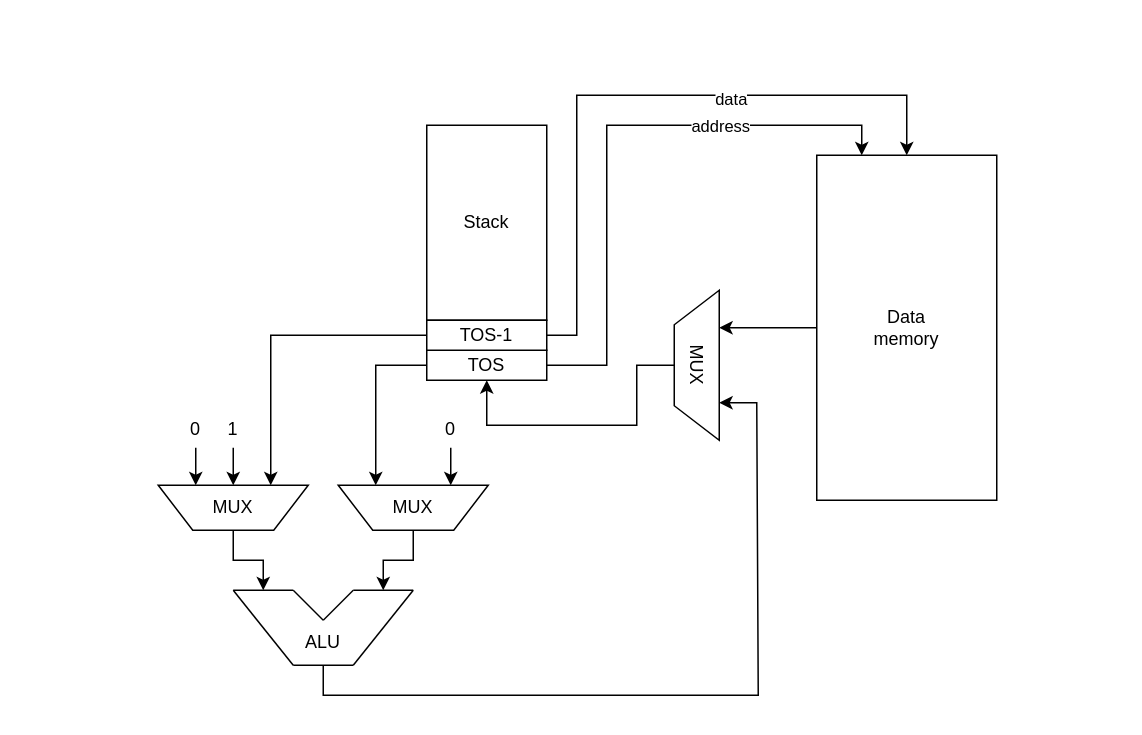
Above: schemes/data-path.drawio in DiedCloud/csa-lab-3 (draw.io), before the change. Source tidied: cells renumbered, new cells numbered last; positions are measured from the earlier drawing's top-left corner, leaving out a move shared by most shapes. Both pictures are drawn from the tidied source at 150%, with x=0, y=0 at pixel (158, 94).
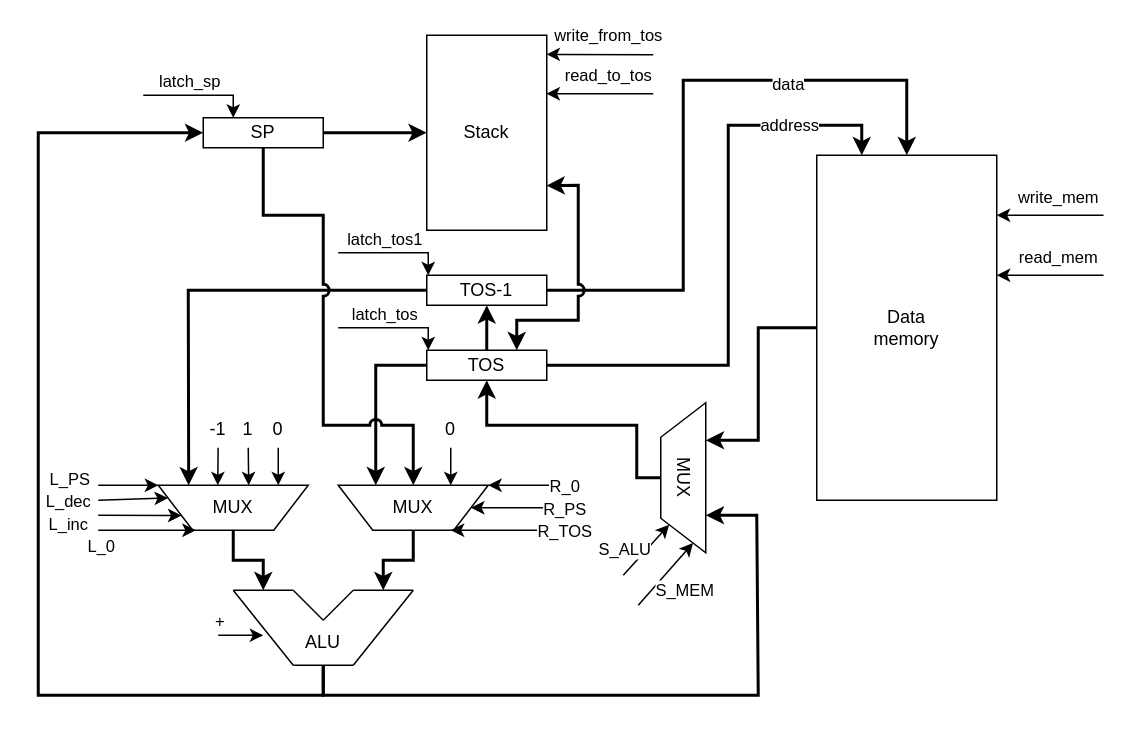
After the change.

Commit message (it also covers changes not shown here):
more specific and detailed data-path and iso

The change refers to these unchanged cells:
```xml
<mxCell id="10" value="ALU" style="text;html=1;align=center;verticalAlign=middle;whiteSpace=wrap;rounded=0;" parent="1" vertex="1">
  <mxGeometry x="80" y="350" width="60" height="30" as="geometry" />
</mxCell>
<mxCell id="12" value="TOS" style="rounded=0;whiteSpace=wrap;html=1;" parent="1" vertex="1">
  <mxGeometry x="179" y="170" width="80" height="20" as="geometry" />
</mxCell>
<mxCell id="19" value="Data&lt;div&gt;memory&lt;/div&gt;" style="rounded=0;whiteSpace=wrap;html=1;" parent="1" vertex="1">
  <mxGeometry x="439" y="40" width="120" height="230" as="geometry" />
</mxCell>
<mxCell id="24" value="MUX" style="verticalLabelPosition=middle;verticalAlign=middle;html=1;shape=trapezoid;perimeter=trapezoidPerimeter;whiteSpace=wrap;size=0.23;arcSize=10;flipV=1;labelPosition=center;align=center;rotation=0;" parent="1" vertex="1">
  <mxGeometry y="260" width="100" height="30" as="geometry" />
</mxCell>
<mxCell id="30" value="MUX" style="verticalLabelPosition=middle;verticalAlign=middle;html=1;shape=trapezoid;perimeter=trapezoidPerimeter;whiteSpace=wrap;size=0.23;arcSize=10;flipV=1;labelPosition=center;align=center;rotation=0;" parent="1" vertex="1">
  <mxGeometry x="120" y="260" width="100" height="30" as="geometry" />
</mxCell>
```

Diff of the diagram source:
```diff
@@
     <mxCell id="2" value="MUX" style="verticalLabelPosition=middle;verticalAlign=middle;html=1;shape=trapezoid;perimeter=trapezoidPerimeter;whiteSpace=wrap;size=0.23;arcSize=10;flipV=1;labelPosition=center;align=center;rotation=90;" parent="1" vertex="1">
-      <mxGeometry x="309" y="165" width="100" height="30" as="geometry" />
+      <mxGeometry x="300" y="240" width="100" height="30" as="geometry" />
     </mxCell>
-    <mxCell id="3" style="endArrow=none;html=1;rounded=0;" parent="1" edge="1">
+    <mxCell id="3" style="endArrow=none;html=1;rounded=0;strokeWidth=1;" parent="1" edge="1">
       <mxGeometry relative="1" as="geometry">
         <mxPoint x="50" y="330" as="sourcePoint" />
         <mxPoint x="90" y="330" as="targetPoint" />
       </mxGeometry>
     </mxCell>
-    <mxCell id="4" style="endArrow=none;html=1;rounded=0;" parent="1" edge="1">
+    <mxCell id="4" style="endArrow=none;html=1;rounded=0;strokeWidth=1;" parent="1" edge="1">
       <mxGeometry relative="1" as="geometry">
         <mxPoint x="130" y="330" as="sourcePoint" />
         <mxPoint x="170" y="330" as="targetPoint" />
       </mxGeometry>
     </mxCell>
@@
     <mxCell id="11" value="Stack" style="rounded=0;whiteSpace=wrap;html=1;" parent="1" vertex="1">
-      <mxGeometry x="179" y="20" width="80" height="130" as="geometry" />
+      <mxGeometry x="179" y="-40" width="80" height="130" as="geometry" />
     </mxCell>
@@
     <mxCell id="13" value="TOS-1" style="rounded=0;whiteSpace=wrap;html=1;" parent="1" vertex="1">
-      <mxGeometry x="179" y="150" width="80" height="20" as="geometry" />
+      <mxGeometry x="179" y="120" width="80" height="20" as="geometry" />
     </mxCell>
-    <mxCell id="14" style="endArrow=classic;html=1;rounded=0;exitX=0;exitY=0.5;exitDx=0;exitDy=0;entryX=0.25;entryY=0;entryDx=0;entryDy=0;" parent="1" edge="1" source="12" target="30">
+    <mxCell id="14" style="endArrow=classic;html=1;rounded=0;exitX=0;exitY=0.5;exitDx=0;exitDy=0;entryX=0.25;entryY=0;entryDx=0;entryDy=0;strokeWidth=2;" parent="1" edge="1" source="12" target="30">
       <mxGeometry relative="1" as="geometry">
         <Array as="points">
           <mxPoint x="145" y="180" />
         </Array>
       </mxGeometry>
     </mxCell>
-    <mxCell id="15" style="endArrow=classic;html=1;rounded=0;exitX=0.5;exitY=1;exitDx=0;exitDy=0;" parent="1" edge="1" source="24">
+    <mxCell id="15" style="endArrow=classic;html=1;rounded=0;exitX=0.5;exitY=1;exitDx=0;exitDy=0;strokeWidth=2;" parent="1" edge="1" source="24">
       <mxGeometry relative="1" as="geometry">
         <mxPoint x="70" y="330" as="targetPoint" />
         <Array as="points">
           <mxPoint x="50" y="310" />
           <mxPoint x="70" y="310" />
         </Array>
       </mxGeometry>
     </mxCell>
-    <mxCell id="16" style="endArrow=classic;html=1;rounded=0;exitX=0.5;exitY=1;exitDx=0;exitDy=0;entryX=0.75;entryY=0;entryDx=0;entryDy=0;" parent="1" edge="1" source="10" target="2">
+    <mxCell id="16" style="endArrow=classic;html=1;rounded=0;exitX=0.5;exitY=1;exitDx=0;exitDy=0;entryX=0.75;entryY=0;entryDx=0;entryDy=0;strokeWidth=2;" parent="1" edge="1" source="10" target="2">
       <mxGeometry relative="1" as="geometry">
         <Array as="points">
           <mxPoint x="110" y="400" />
           <mxPoint x="400" y="400" />
-          <mxPoint x="399" y="205" />
+          <mxPoint x="399" y="280" />
         </Array>
       </mxGeometry>
     </mxCell>
-    <mxCell id="17" style="endArrow=classic;html=1;rounded=0;exitX=0.5;exitY=1;exitDx=0;exitDy=0;entryX=0.5;entryY=1;entryDx=0;entryDy=0;" parent="1" edge="1" source="2" target="12">
+    <mxCell id="17" style="endArrow=classic;html=1;rounded=0;exitX=0.5;exitY=1;exitDx=0;exitDy=0;entryX=0.5;entryY=1;entryDx=0;entryDy=0;strokeWidth=2;" parent="1" edge="1" source="2" target="12">
       <mxGeometry relative="1" as="geometry">
         <Array as="points">
-          <mxPoint x="319" y="180" />
+          <mxPoint x="319" y="255" />
           <mxPoint x="319" y="220" />
           <mxPoint x="219" y="220" />
         </Array>
       </mxGeometry>
     </mxCell>
-    <mxCell id="18" style="endArrow=classic;html=1;rounded=0;entryX=0.25;entryY=0;entryDx=0;entryDy=0;exitX=0;exitY=0.5;exitDx=0;exitDy=0;" parent="1" edge="1" source="19" target="2">
-      <mxGeometry relative="1" as="geometry" />
+    <mxCell id="18" style="endArrow=classic;html=1;rounded=0;entryX=0.25;entryY=0;entryDx=0;entryDy=0;exitX=0;exitY=0.5;exitDx=0;exitDy=0;strokeWidth=2;" parent="1" edge="1" source="19" target="2">
+      <mxGeometry relative="1" as="geometry">
+        <Array as="points">
+          <mxPoint x="400" y="155" />
+          <mxPoint x="400" y="230" />
+        </Array>
+      </mxGeometry>
     </mxCell>
@@
-    <mxCell id="20" style="endArrow=classic;html=1;rounded=0;exitX=1;exitY=0.5;exitDx=0;exitDy=0;entryX=0.25;entryY=0;entryDx=0;entryDy=0;" parent="1" edge="1" source="12" target="19">
+    <mxCell id="20" style="endArrow=classic;html=1;rounded=0;exitX=1;exitY=0.5;exitDx=0;exitDy=0;entryX=0.25;entryY=0;entryDx=0;entryDy=0;strokeWidth=2;" parent="1" edge="1" source="12" target="19">
       <mxGeometry relative="1" as="geometry">
         <Array as="points">
-          <mxPoint x="299" y="180" />
-          <mxPoint x="299" y="20" />
+          <mxPoint x="380" y="180" />
+          <mxPoint x="380" y="20" />
           <mxPoint x="469" y="20" />
         </Array>
       </mxGeometry>
     </mxCell>
     <mxCell id="21" value="address" style="edgeLabel;html=1;align=center;verticalAlign=middle;" parent="20" vertex="1">
-      <mxGeometry x="0.41" relative="1" as="geometry" />
+      <mxGeometry x="0.41" relative="1" as="geometry">
+        <mxPoint x="40" y="-7" as="offset" />
+      </mxGeometry>
     </mxCell>
-    <mxCell id="22" style="endArrow=classic;html=1;rounded=0;exitX=1;exitY=0.5;exitDx=0;exitDy=0;entryX=0.5;entryY=0;entryDx=0;entryDy=0;" parent="1" edge="1" source="13" target="19">
+    <mxCell id="22" style="endArrow=classic;html=1;rounded=0;exitX=1;exitY=0.5;exitDx=0;exitDy=0;entryX=0.5;entryY=0;entryDx=0;entryDy=0;strokeWidth=2;" parent="1" edge="1" source="13" target="19">
       <mxGeometry relative="1" as="geometry">
         <Array as="points">
-          <mxPoint x="279" y="160" />
-          <mxPoint x="279" />
-          <mxPoint x="499" />
+          <mxPoint x="350" y="130" />
+          <mxPoint x="350" y="-10" />
+          <mxPoint x="499" y="-10" />
         </Array>
       </mxGeometry>
     </mxCell>
     <mxCell id="23" value="data" style="edgeLabel;html=1;align=center;verticalAlign=middle;" parent="22" vertex="1">
-      <mxGeometry x="0.28" y="-2" relative="1" as="geometry" />
+      <mxGeometry x="0.28" y="-2" relative="1" as="geometry">
+        <mxPoint x="25" as="offset" />
+      </mxGeometry>
     </mxCell>
@@
-    <mxCell id="25" style="endArrow=classic;html=1;rounded=0;exitX=0;exitY=0.5;exitDx=0;exitDy=0;entryX=0.75;entryY=0;entryDx=0;entryDy=0;" parent="1" edge="1" source="13" target="24">
+    <mxCell id="25" style="endArrow=classic;html=1;rounded=0;exitX=0;exitY=0.5;exitDx=0;exitDy=0;entryX=0.203;entryY=0.998;entryDx=0;entryDy=0;entryPerimeter=0;strokeWidth=2;" parent="1" edge="1" source="13" target="24">
       <mxGeometry relative="1" as="geometry">
         <Array as="points">
-          <mxPoint x="75" y="160" />
+          <mxPoint x="20" y="130" />
         </Array>
       </mxGeometry>
     </mxCell>
-    <mxCell id="26" style="endArrow=classic;html=1;rounded=0;entryX=0.25;entryY=0;entryDx=0;entryDy=0;exitX=0.5;exitY=1;exitDx=0;exitDy=0;" parent="1" edge="1" source="27" target="24">
+    <mxCell id="26" style="endArrow=classic;html=1;rounded=0;entryX=0.8;entryY=0.998;entryDx=0;entryDy=0;exitX=0.5;exitY=1;exitDx=0;exitDy=0;entryPerimeter=0;" parent="1" edge="1" source="27" target="24">
       <mxGeometry relative="1" as="geometry" />
     </mxCell>
     <mxCell id="27" value="0" style="text;html=1;align=center;verticalAlign=middle;whiteSpace=wrap;rounded=0;" parent="1" vertex="1">
-      <mxGeometry x="20" y="210" width="10" height="25" as="geometry" />
+      <mxGeometry x="70" y="210" width="20" height="25" as="geometry" />
     </mxCell>
-    <mxCell id="28" style="endArrow=classic;html=1;rounded=0;entryX=0.5;entryY=0;entryDx=0;entryDy=0;exitX=0.5;exitY=1;exitDx=0;exitDy=0;" parent="1" edge="1" source="29" target="24">
+    <mxCell id="28" style="endArrow=classic;html=1;rounded=0;entryX=0.603;entryY=0.998;entryDx=0;entryDy=0;exitX=0.5;exitY=1;exitDx=0;exitDy=0;entryPerimeter=0;" parent="1" edge="1" source="29" target="24">
       <mxGeometry relative="1" as="geometry" />
     </mxCell>
     <mxCell id="29" value="1" style="text;html=1;align=center;verticalAlign=middle;whiteSpace=wrap;rounded=0;" parent="1" vertex="1">
-      <mxGeometry x="45" y="210" width="10" height="25" as="geometry" />
+      <mxGeometry x="50" y="210" width="20" height="25" as="geometry" />
     </mxCell>
@@
-    <mxCell id="33" style="endArrow=classic;html=1;rounded=0;exitX=0.5;exitY=1;exitDx=0;exitDy=0;" parent="1" edge="1" source="30">
+    <mxCell id="33" style="endArrow=classic;html=1;rounded=0;exitX=0.5;exitY=1;exitDx=0;exitDy=0;strokeWidth=2;" parent="1" edge="1" source="30">
       <mxGeometry relative="1" as="geometry">
         <mxPoint x="150" y="330" as="targetPoint" />
         <Array as="points">
           <mxPoint x="170" y="310" />
           <mxPoint x="150" y="310" />
         </Array>
       </mxGeometry>
     </mxCell>
+    <mxCell id="34" value="SP" style="rounded=0;whiteSpace=wrap;html=1;" parent="1" vertex="1">
+      <mxGeometry x="30" y="15" width="80" height="20" as="geometry" />
+    </mxCell>
+    <mxCell id="35" style="endArrow=classic;html=1;rounded=0;exitX=0.5;exitY=1;exitDx=0;exitDy=0;entryX=0;entryY=0.5;entryDx=0;entryDy=0;strokeWidth=2;" parent="1" edge="1" source="10" target="34">
+      <mxGeometry relative="1" as="geometry">
+        <Array as="points">
+          <mxPoint x="110" y="400" />
+          <mxPoint x="-80" y="400" />
+          <mxPoint x="-80" y="25" />
+        </Array>
+      </mxGeometry>
+    </mxCell>
+    <mxCell id="36" style="endArrow=classic;html=1;rounded=0;entryX=0.5;entryY=1;entryDx=0;entryDy=0;exitX=0.5;exitY=0;exitDx=0;exitDy=0;strokeWidth=2;" parent="1" edge="1" source="12" target="13">
+      <mxGeometry relative="1" as="geometry" />
+    </mxCell>
+    <mxCell id="37" style="endArrow=classic;html=1;rounded=0;exitX=0.998;exitY=0.771;exitDx=0;exitDy=0;entryX=0.75;entryY=0;entryDx=0;entryDy=0;exitPerimeter=0;jumpStyle=arc;startArrow=classic;startFill=1;strokeWidth=2;" parent="1" edge="1" source="11" target="12">
+      <mxGeometry relative="1" as="geometry">
+        <Array as="points">
+          <mxPoint x="280" y="60" />
+          <mxPoint x="280" y="150" />
+          <mxPoint x="239" y="150" />
+        </Array>
+      </mxGeometry>
+    </mxCell>
+    <mxCell id="38" style="endArrow=classic;html=1;jumpStyle=arc;exitX=1;exitY=0.5;exitDx=0;exitDy=0;entryX=0;entryY=0.5;entryDx=0;entryDy=0;rounded=0;strokeWidth=2;" parent="1" edge="1" source="34" target="11">
+      <mxGeometry relative="1" as="geometry">
+        <Array as="points">
+          <mxPoint x="130" y="25" />
+        </Array>
+      </mxGeometry>
+    </mxCell>
+    <mxCell id="39" style="endArrow=classic;html=1;rounded=0;jumpStyle=arc;exitX=0.5;exitY=1;exitDx=0;exitDy=0;entryX=0.5;entryY=0;entryDx=0;entryDy=0;strokeWidth=2;" parent="1" edge="1" source="34" target="30">
+      <mxGeometry relative="1" as="geometry">
+        <Array as="points">
+          <mxPoint x="70" y="80" />
+          <mxPoint x="110" y="80" />
+          <mxPoint x="110" y="220" />
+          <mxPoint x="170" y="220" />
+        </Array>
+      </mxGeometry>
+    </mxCell>
+    <mxCell id="40" style="endArrow=classic;html=1;rounded=0;entryX=0.397;entryY=0.998;entryDx=0;entryDy=0;entryPerimeter=0;" parent="1" edge="1" source="41" target="24">
+      <mxGeometry relative="1" as="geometry" />
+    </mxCell>
+    <mxCell id="41" value="-1" style="text;html=1;align=center;verticalAlign=middle;whiteSpace=wrap;rounded=0;" parent="1" vertex="1">
+      <mxGeometry x="30" y="210" width="20" height="25" as="geometry" />
+    </mxCell>
+    <mxCell id="42" style="endArrow=classic;html=1;rounded=0;strokeWidth=1;entryX=0.75;entryY=1;entryDx=0;entryDy=0;" parent="1" edge="1" target="30">
+      <mxGeometry relative="1" as="geometry">
+        <mxPoint x="260" y="290" as="sourcePoint" />
+      </mxGeometry>
+    </mxCell>
+    <mxCell id="43" value="R_TOS" style="edgeLabel;html=1;align=center;verticalAlign=middle;" parent="42" vertex="1">
+      <mxGeometry relative="1" as="geometry">
+        <mxPoint x="43" as="offset" />
+      </mxGeometry>
+    </mxCell>
+    <mxCell id="44" style="endArrow=classic;html=1;rounded=0;strokeWidth=1;entryX=1;entryY=0.5;entryDx=0;entryDy=0;" parent="1" edge="1" target="30">
+      <mxGeometry relative="1" as="geometry">
+        <mxPoint x="270" y="275" as="sourcePoint" />
+      </mxGeometry>
+    </mxCell>
+    <mxCell id="45" value="R_PS" style="edgeLabel;html=1;align=center;verticalAlign=middle;" parent="44" vertex="1">
+      <mxGeometry relative="1" as="geometry">
+        <mxPoint x="31" as="offset" />
+      </mxGeometry>
+    </mxCell>
+    <mxCell id="46" style="endArrow=classic;html=1;rounded=0;strokeWidth=1;entryX=1;entryY=0;entryDx=0;entryDy=0;" parent="1" edge="1" target="30">
+      <mxGeometry relative="1" as="geometry">
+        <mxPoint x="280" y="260" as="sourcePoint" />
+      </mxGeometry>
+    </mxCell>
+    <mxCell id="47" value="R_0" style="edgeLabel;html=1;align=center;verticalAlign=middle;" parent="46" vertex="1">
+      <mxGeometry relative="1" as="geometry">
+        <mxPoint x="20" as="offset" />
+      </mxGeometry>
+    </mxCell>
+    <mxCell id="48" style="endArrow=classic;html=1;rounded=0;strokeWidth=1;entryX=0;entryY=0.75;entryDx=0;entryDy=0;" parent="1" edge="1" target="24">
+      <mxGeometry relative="1" as="geometry">
+        <mxPoint x="-40" y="280" as="sourcePoint" />
+      </mxGeometry>
+    </mxCell>
+    <mxCell id="49" value="L_inc" style="edgeLabel;html=1;align=center;verticalAlign=middle;" parent="48" vertex="1">
+      <mxGeometry relative="1" as="geometry">
+        <mxPoint x="-48" y="5" as="offset" />
+      </mxGeometry>
+    </mxCell>
+    <mxCell id="50" style="endArrow=classic;html=1;rounded=0;strokeWidth=1;entryX=0;entryY=0.25;entryDx=0;entryDy=0;" parent="1" edge="1" target="24">
+      <mxGeometry relative="1" as="geometry">
+        <mxPoint x="-40" y="270" as="sourcePoint" />
+      </mxGeometry>
+    </mxCell>
+    <mxCell id="51" value="L_dec" style="edgeLabel;html=1;align=center;verticalAlign=middle;" parent="50" vertex="1">
+      <mxGeometry relative="1" as="geometry">
+        <mxPoint x="-43" y="1" as="offset" />
+      </mxGeometry>
+    </mxCell>
+    <mxCell id="52" style="endArrow=classic;html=1;rounded=0;strokeWidth=1;entryX=0;entryY=0;entryDx=0;entryDy=0;" parent="1" edge="1" target="24">
+      <mxGeometry relative="1" as="geometry">
+        <mxPoint x="-40" y="260" as="sourcePoint" />
+      </mxGeometry>
+    </mxCell>
+    <mxCell id="53" value="L_PS" style="edgeLabel;html=1;align=center;verticalAlign=middle;" parent="52" vertex="1">
+      <mxGeometry relative="1" as="geometry">
+        <mxPoint x="-40" y="-5" as="offset" />
+      </mxGeometry>
+    </mxCell>
+    <mxCell id="54" style="endArrow=classic;html=1;rounded=0;strokeWidth=1;entryX=0.25;entryY=1;entryDx=0;entryDy=0;" parent="1" edge="1" target="24">
+      <mxGeometry relative="1" as="geometry">
+        <mxPoint x="-40" y="290" as="sourcePoint" />
+      </mxGeometry>
+    </mxCell>
+    <mxCell id="55" value="L_0" style="edgeLabel;html=1;align=center;verticalAlign=middle;" parent="54" vertex="1">
+      <mxGeometry relative="1" as="geometry">
+        <mxPoint x="-32" y="10" as="offset" />
+      </mxGeometry>
+    </mxCell>
+    <mxCell id="56" style="endArrow=classic;html=1;rounded=0;strokeWidth=1;entryX=1;entryY=1;entryDx=0;entryDy=0;" parent="1" edge="1" target="2">
+      <mxGeometry relative="1" as="geometry">
+        <mxPoint x="310" y="320" as="sourcePoint" />
+      </mxGeometry>
+    </mxCell>
+    <mxCell id="57" value="S_ALU" style="edgeLabel;html=1;align=center;verticalAlign=middle;" parent="56" vertex="1">
+      <mxGeometry relative="1" as="geometry">
+        <mxPoint x="-15" as="offset" />
+      </mxGeometry>
+    </mxCell>
+    <mxCell id="58" style="endArrow=classic;html=1;rounded=0;strokeWidth=1;entryX=1;entryY=0.25;entryDx=0;entryDy=0;" parent="1" edge="1" target="2">
+      <mxGeometry relative="1" as="geometry">
+        <mxPoint x="320" y="340" as="sourcePoint" />
+      </mxGeometry>
+    </mxCell>
+    <mxCell id="59" value="S_MEM" style="edgeLabel;html=1;align=center;verticalAlign=middle;" parent="58" vertex="1">
+      <mxGeometry relative="1" as="geometry">
+        <mxPoint x="12" y="11" as="offset" />
+      </mxGeometry>
+    </mxCell>
+    <mxCell id="60" style="endArrow=classic;html=1;rounded=0;strokeWidth=1;entryX=0.25;entryY=0;entryDx=0;entryDy=0;" parent="1" edge="1" target="34">
+      <mxGeometry relative="1" as="geometry">
+        <mxPoint x="-10" as="sourcePoint" />
+        <Array as="points">
+          <mxPoint x="50" />
+        </Array>
+      </mxGeometry>
+    </mxCell>
+    <mxCell id="61" value="latch_sp" style="edgeLabel;html=1;align=center;verticalAlign=middle;" parent="60" vertex="1">
+      <mxGeometry relative="1" as="geometry">
+        <mxPoint x="-8" y="-10" as="offset" />
+      </mxGeometry>
+    </mxCell>
+    <mxCell id="62" style="endArrow=classic;html=1;rounded=0;strokeWidth=1;entryX=0.25;entryY=0;entryDx=0;entryDy=0;" parent="1" edge="1">
+      <mxGeometry relative="1" as="geometry">
+        <mxPoint x="120" y="105" as="sourcePoint" />
+        <mxPoint x="180" y="120" as="targetPoint" />
+        <Array as="points">
+          <mxPoint x="180" y="105" />
+        </Array>
+      </mxGeometry>
+    </mxCell>
+    <mxCell id="63" value="latch_tos1" style="edgeLabel;html=1;align=center;verticalAlign=middle;" parent="62" vertex="1">
+      <mxGeometry relative="1" as="geometry">
+        <mxPoint x="-8" y="-10" as="offset" />
+      </mxGeometry>
+    </mxCell>
+    <mxCell id="64" style="endArrow=classic;html=1;rounded=0;strokeWidth=1;entryX=0.25;entryY=0;entryDx=0;entryDy=0;" parent="1" edge="1">
+      <mxGeometry relative="1" as="geometry">
+        <mxPoint x="120" y="155" as="sourcePoint" />
+        <mxPoint x="180" y="170" as="targetPoint" />
+        <Array as="points">
+          <mxPoint x="180" y="155" />
+        </Array>
+      </mxGeometry>
+    </mxCell>
+    <mxCell id="65" value="latch_tos" style="edgeLabel;html=1;align=center;verticalAlign=middle;" parent="64" vertex="1">
+      <mxGeometry relative="1" as="geometry">
+        <mxPoint x="-8" y="-10" as="offset" />
+      </mxGeometry>
+    </mxCell>
+    <mxCell id="66" style="endArrow=classic;html=1;rounded=0;strokeWidth=1;entryX=0.998;entryY=0.098;entryDx=0;entryDy=0;entryPerimeter=0;" parent="1" edge="1" target="11">
+      <mxGeometry relative="1" as="geometry">
+        <mxPoint x="330" y="-27" as="sourcePoint" />
+      </mxGeometry>
+    </mxCell>
+    <mxCell id="67" value="write_from_tos" style="edgeLabel;html=1;align=center;verticalAlign=middle;" parent="66" vertex="1">
+      <mxGeometry relative="1" as="geometry">
+        <mxPoint x="5" y="-13" as="offset" />
+      </mxGeometry>
+    </mxCell>
+    <mxCell id="68" style="endArrow=classic;html=1;rounded=0;strokeWidth=1;entryX=0.998;entryY=0.3;entryDx=0;entryDy=0;entryPerimeter=0;" parent="1" edge="1" target="11">
+      <mxGeometry relative="1" as="geometry">
+        <mxPoint x="330" y="-1" as="sourcePoint" />
+      </mxGeometry>
+    </mxCell>
+    <mxCell id="69" value="read_to_tos" style="edgeLabel;html=1;align=center;verticalAlign=middle;" parent="68" vertex="1">
+      <mxGeometry relative="1" as="geometry">
+        <mxPoint x="5" y="-13" as="offset" />
+      </mxGeometry>
+    </mxCell>
+    <mxCell id="70" style="endArrow=classic;html=1;rounded=0;strokeWidth=1;entryX=0.998;entryY=0.3;entryDx=0;entryDy=0;entryPerimeter=0;" parent="1" edge="1">
+      <mxGeometry relative="1" as="geometry">
+        <mxPoint x="630.2" y="80" as="sourcePoint" />
+        <mxPoint x="559" y="80" as="targetPoint" />
+      </mxGeometry>
+    </mxCell>
+    <mxCell id="71" value="write_mem" style="edgeLabel;html=1;align=center;verticalAlign=middle;" parent="70" vertex="1">
+      <mxGeometry relative="1" as="geometry">
+        <mxPoint x="5" y="-13" as="offset" />
+      </mxGeometry>
+    </mxCell>
+    <mxCell id="72" style="endArrow=classic;html=1;rounded=0;strokeWidth=1;entryX=0.998;entryY=0.3;entryDx=0;entryDy=0;entryPerimeter=0;" parent="1" edge="1">
+      <mxGeometry relative="1" as="geometry">
+        <mxPoint x="630.2" y="120" as="sourcePoint" />
+        <mxPoint x="559" y="120" as="targetPoint" />
+      </mxGeometry>
+    </mxCell>
+    <mxCell id="73" value="read_mem" style="edgeLabel;html=1;align=center;verticalAlign=middle;" parent="72" vertex="1">
+      <mxGeometry relative="1" as="geometry">
+        <mxPoint x="5" y="-13" as="offset" />
+      </mxGeometry>
+    </mxCell>
+    <mxCell id="74" style="endArrow=classic;html=1;rounded=0;strokeWidth=1;" parent="1" edge="1">
+      <mxGeometry relative="1" as="geometry">
+        <mxPoint x="40" y="360" as="sourcePoint" />
+        <mxPoint x="70" y="360" as="targetPoint" />
+        <Array as="points">
+          <mxPoint x="50" y="360" />
+        </Array>
+      </mxGeometry>
+    </mxCell>
+    <mxCell id="75" value="+" style="edgeLabel;html=1;align=center;verticalAlign=middle;" parent="74" vertex="1">
+      <mxGeometry relative="1" as="geometry">
+        <mxPoint x="-15" y="-10" as="offset" />
+      </mxGeometry>
+    </mxCell>
```
